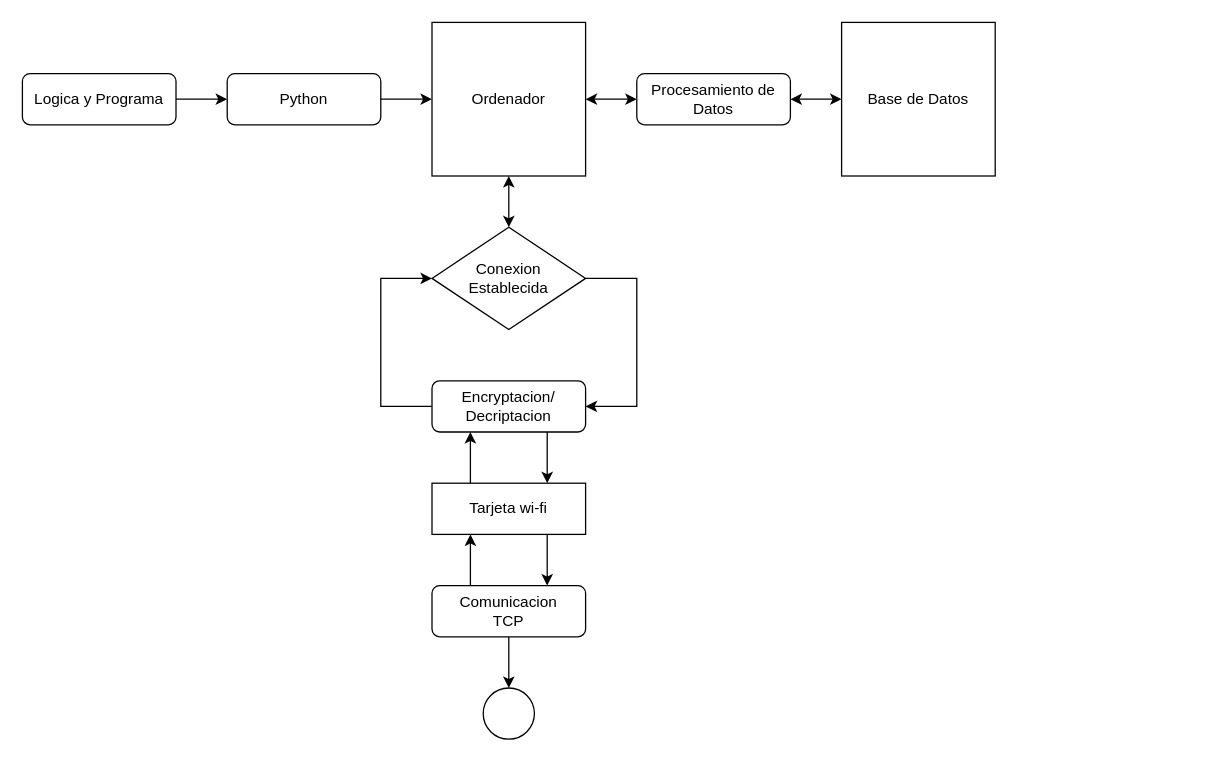
Above: Proyecto/Ordenador.drawio in DemiurgeApeiron/A01028325-InternetOfThings (draw.io), before the change. Source tidied: cells renumbered, new cells numbered last; positions are measured from the earlier drawing's top-left corner, leaving out a move shared by most shapes. Both pictures are drawn from the tidied source at 128%, with x=0, y=0 at pixel (22, 22).
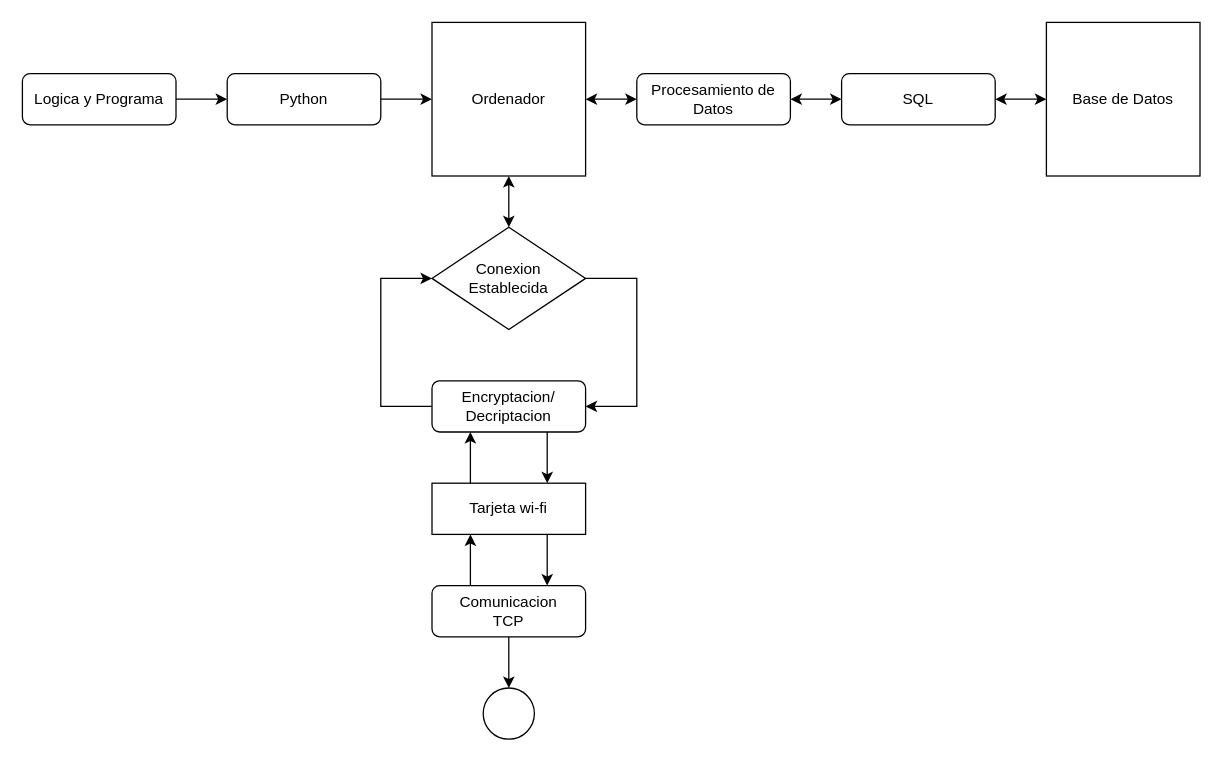
The same diagram, later.

The change refers to these unchanged cells:
```xml
<mxCell id="22" value="Procesamiento de Datos" style="rounded=1;whiteSpace=wrap;html=1;" parent="1" vertex="1">
  <mxGeometry x="480" y="40" width="120" height="40" as="geometry" />
</mxCell>
```

Diff of the diagram source:
```diff
@@
-    <mxCell id="21" style="edgeStyle=orthogonalEdgeStyle;rounded=0;jettySize=auto;html=1;entryX=0;entryY=0.5;entryDx=0;entryDy=0;startArrow=classic;startFill=1;" parent="1" edge="1" source="22" target="23">
+    <mxCell id="21" style="edgeStyle=orthogonalEdgeStyle;rounded=0;jettySize=auto;html=1;entryX=0;entryY=0.5;entryDx=0;entryDy=0;startArrow=classic;startFill=1;" parent="1" edge="1" source="22" target="25">
       <mxGeometry relative="1" as="geometry" />
     </mxCell>
@@
+    <mxCell id="24" style="edgeStyle=orthogonalEdgeStyle;rounded=0;jettySize=auto;html=1;entryX=1;entryY=0.5;entryDx=0;entryDy=0;startArrow=classic;startFill=1;" parent="1" edge="1" source="23" target="25">
+      <mxGeometry relative="1" as="geometry" />
+    </mxCell>
     <mxCell id="23" value="Base de Datos" style="whiteSpace=wrap;html=1;" parent="1" vertex="1">
-      <mxGeometry x="640" width="120" height="120" as="geometry" />
+      <mxGeometry x="800" width="120" height="120" as="geometry" />
     </mxCell>
+    <mxCell id="25" value="SQL" style="rounded=1;whiteSpace=wrap;html=1;" parent="1" vertex="1">
+      <mxGeometry x="640" y="40" width="120" height="40" as="geometry" />
+    </mxCell>
```
